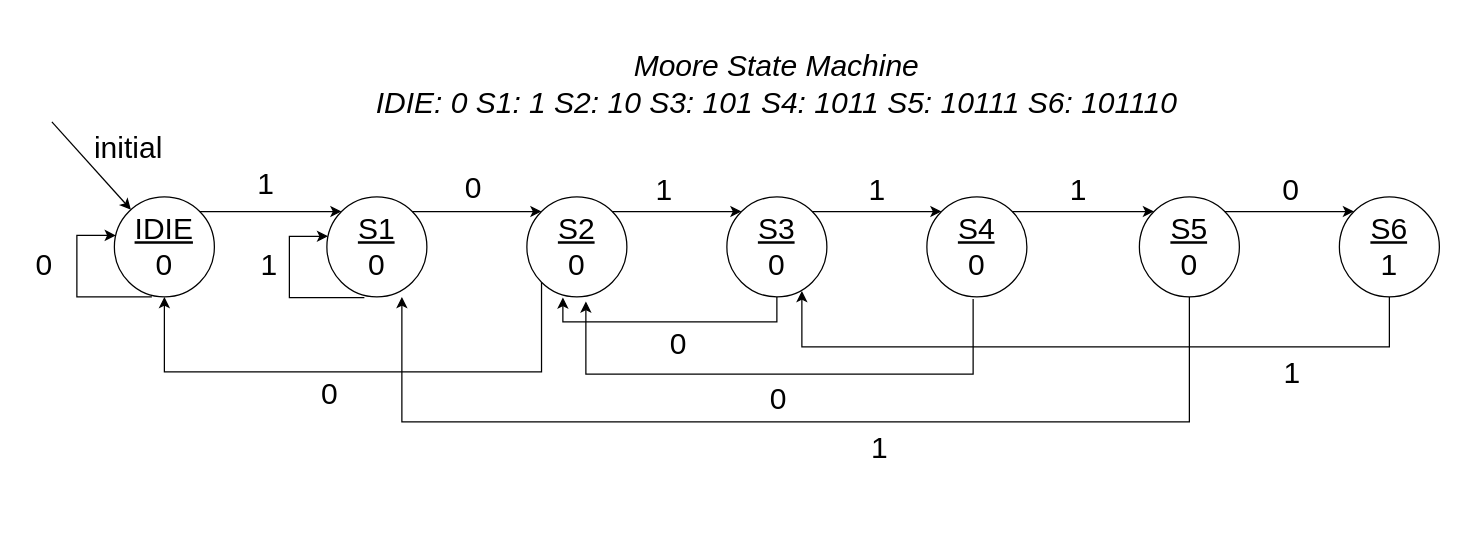
Earlier version of the draw.io diagram page "Moore State Machine" (2 of 2) of Lab2/images/Lab2_images.drawio (1102131860/ECE6276). Source tidied: cells renumbered, new cells numbered last; positions are measured from the earlier drawing's top-left corner, leaving out a move shared by most shapes. Both pictures are drawn from the tidied source at 125%, with x=0, y=0 at pixel (21, 21).
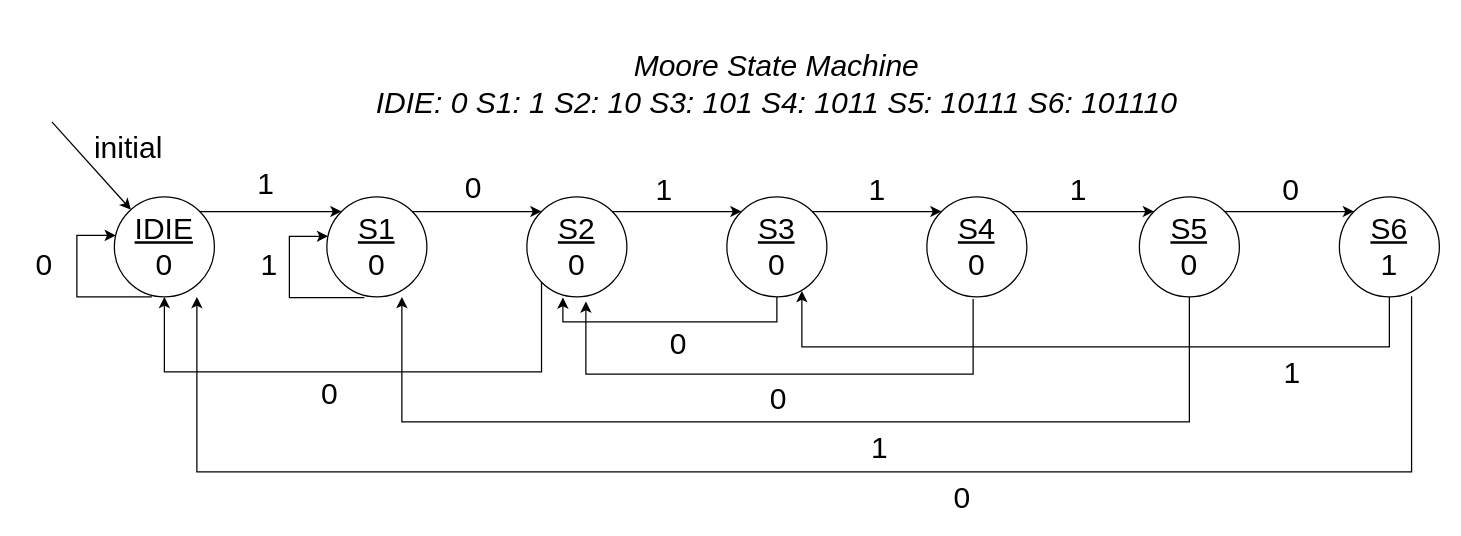
Above is the later version.

The change refers to these unchanged cells:
```xml
<mxCell id="30" value="&lt;u&gt;S6&lt;/u&gt;&lt;br&gt;1" style="ellipse;whiteSpace=wrap;html=1;fontSize=24;" parent="1" vertex="1">
  <mxGeometry x="1054" y="140" width="80" height="80" as="geometry" />
</mxCell>
```

Diff of the diagram source:
```diff
@@
+    <mxCell id="38" style="endArrow=classic;html=1;rounded=0;edgeStyle=elbowEdgeStyle;elbow=vertical;exitX=0.722;exitY=0.993;exitDx=0;exitDy=0;exitPerimeter=0;" parent="1" edge="1" source="30">
+      <mxGeometry relative="1" as="geometry">
+        <mxPoint x="140" y="220" as="targetPoint" />
+        <Array as="points">
+          <mxPoint x="700" y="360" />
+        </Array>
+      </mxGeometry>
+    </mxCell>
+    <mxCell id="39" value="&lt;font style=&quot;font-size: 24px;&quot;&gt;0&lt;/font&gt;" style="edgeLabel;html=1;align=center;verticalAlign=middle;" parent="38" vertex="1">
+      <mxGeometry x="-0.08" y="-1" relative="1" as="geometry">
+        <mxPoint x="75" y="21" as="offset" />
+      </mxGeometry>
+    </mxCell>
```
